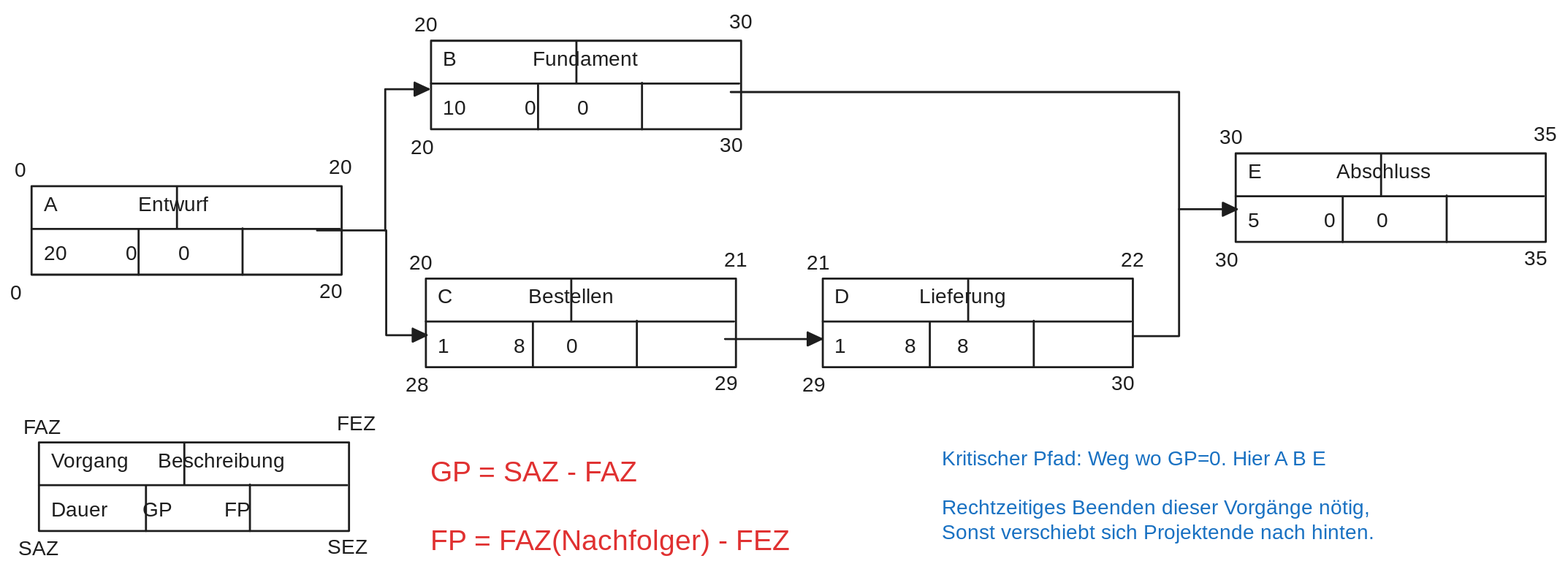
Before: src/img/Netzplan.svg, a diagram exported from Excalidraw (vincepr/ihk-pr1). Source tidied: one line per element, renumbered; positions are measured from the earlier drawing's top-left corner, leaving out a move shared by most shapes.
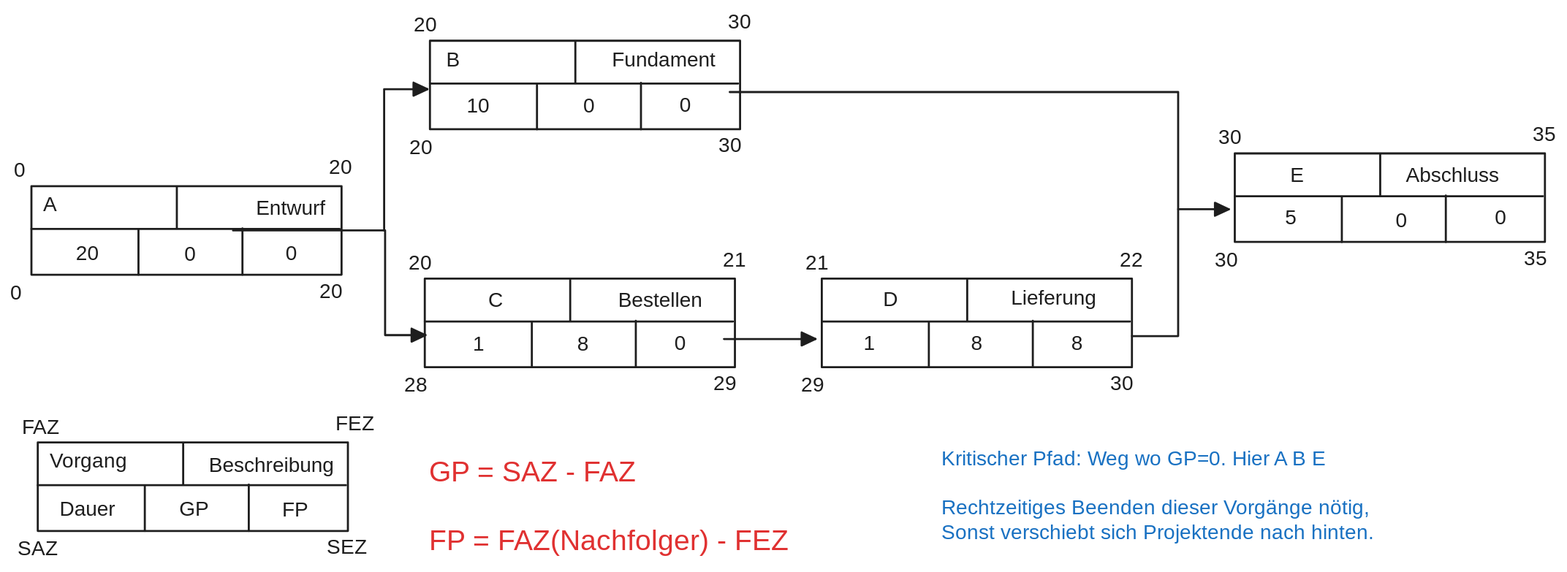
Above is the later version.

The edit, as a diff of the source:
```diff
@@ -1,5 +1,5 @@
 {"id": 0, "type": "rectangle", "strokeColor": "#1e1e1e", "strokeWidth": 2, "roughness": 0, "x": 28, "y": 423, "width": 303, "height": 87}
-{"id": 1, "type": "text", "text": "Vorgang     Beschreibung\n\nDauer      GP         FP", "strokeColor": "#1e1e1e", "strokeWidth": 2, "roughness": 0, "fontSize": 20, "fontFamily": 3, "x": 40, "y": 429, "width": 281, "height": 72}
+{"id": 1, "type": "text", "text": "Vorgang     \n\n", "strokeColor": "#1e1e1e", "strokeWidth": 2, "roughness": 0, "fontSize": 20, "fontFamily": 3, "x": 40, "y": 429, "width": 141, "height": 72}
 {"id": 2, "type": "line", "strokeColor": "#1e1e1e", "strokeWidth": 2, "roughness": 0, "x": 28, "y": 464, "width": 301, "height": 0, "points": [[0, 0], [301, 0]]}
 {"id": 3, "type": "line", "strokeColor": "#1e1e1e", "strokeWidth": 2, "roughness": 0, "x": 170, "y": 464, "width": 0, "height": 41, "points": [[0, 0], [0, -41]]}
 {"id": 4, "type": "line", "strokeColor": "#1e1e1e", "strokeWidth": 2, "roughness": 0, "x": 133, "y": 465, "width": 0, "height": 44, "points": [[0, 0], [0, 44]]}
@@ -8,18 +8,17 @@
 {"id": 7, "type": "text", "text": "FEZ", "strokeColor": "#1e1e1e", "strokeWidth": 2, "roughness": 0, "fontSize": 20, "fontFamily": 3, "x": 319, "y": 393, "width": 35, "height": 24}
 {"id": 8, "type": "text", "text": "SAZ", "strokeColor": "#1e1e1e", "strokeWidth": 2, "roughness": 0, "fontSize": 20, "fontFamily": 3, "x": 8, "y": 515, "width": 35, "height": 24}
 {"id": 9, "type": "text", "text": "SEZ", "strokeColor": "#1e1e1e", "strokeWidth": 2, "roughness": 0, "fontSize": 20, "fontFamily": 3, "x": 310, "y": 514, "width": 35, "height": 24}
-{"id": 10, "type": "rectangle", "strokeColor": "#1e1e1e", "strokeWidth": 2, "roughness": 0, "x": 21, "y": 172, "width": 303, "height": 87}
+{"id": 10, "type": "rectangle", "strokeColor": "#1e1e1e", "strokeWidth": 2, "roughness": 0, "x": 22, "y": 172, "width": 303, "height": 87}
-{"id": 11, "type": "text", "text": "A              Entwurf\n\n20          0       0", "strokeColor": "#1e1e1e", "strokeWidth": 2, "roughness": 0, "fontSize": 20, "fontFamily": 3, "x": 32, "y": 178, "width": 258, "height": 72}
+{"id": 11, "type": "text", "text": "A              \n\n", "strokeColor": "#1e1e1e", "strokeWidth": 2, "roughness": 0, "fontSize": 20, "fontFamily": 3, "x": 33, "y": 178, "width": 176, "height": 72}
-{"id": 12, "type": "line", "strokeColor": "#1e1e1e", "strokeWidth": 2, "roughness": 0, "x": 21, "y": 214, "width": 301, "height": 0, "points": [[0, 0], [301, 0]]}
+{"id": 12, "type": "line", "strokeColor": "#1e1e1e", "strokeWidth": 2, "roughness": 0, "x": 22, "y": 214, "width": 301, "height": 0, "points": [[0, 0], [301, 0]]}
-{"id": 13, "type": "line", "strokeColor": "#1e1e1e", "strokeWidth": 2, "roughness": 0, "x": 163, "y": 213, "width": 0, "height": 41, "points": [[0, 0], [0, -41]]}
+{"id": 13, "type": "line", "strokeColor": "#1e1e1e", "strokeWidth": 2, "roughness": 0, "x": 164, "y": 213, "width": 0, "height": 41, "points": [[0, 0], [0, -41]]}
-{"id": 14, "type": "line", "strokeColor": "#1e1e1e", "strokeWidth": 2, "roughness": 0, "x": 125, "y": 214, "width": 0, "height": 44, "points": [[0, 0], [0, 44]]}
+{"id": 14, "type": "line", "strokeColor": "#1e1e1e", "strokeWidth": 2, "roughness": 0, "x": 126, "y": 214, "width": 0, "height": 44, "points": [[0, 0], [0, 44]]}
-{"id": 15, "type": "line", "strokeColor": "#1e1e1e", "strokeWidth": 2, "roughness": 0, "x": 227, "y": 213, "width": 0, "height": 45, "points": [[0, 0], [0, 45]]}
+{"id": 15, "type": "line", "strokeColor": "#1e1e1e", "strokeWidth": 2, "roughness": 0, "x": 228, "y": 213, "width": 0, "height": 45, "points": [[0, 0], [0, 45]]}
-{"id": 16, "type": "text", "text": "0", "strokeColor": "#1e1e1e", "strokeWidth": 2, "roughness": 0, "fontSize": 20, "fontFamily": 3, "x": 4, "y": 145, "width": 12, "height": 24}
+{"id": 16, "type": "text", "text": "0", "strokeColor": "#1e1e1e", "strokeWidth": 2, "roughness": 0, "fontSize": 20, "fontFamily": 3, "x": 5, "y": 145, "width": 12, "height": 24}
-{"id": 17, "type": "text", "text": "20", "strokeColor": "#1e1e1e", "strokeWidth": 2, "roughness": 0, "fontSize": 20, "fontFamily": 3, "x": 311, "y": 142, "width": 23, "height": 24}
+{"id": 17, "type": "text", "text": "20", "strokeColor": "#1e1e1e", "strokeWidth": 2, "roughness": 0, "fontSize": 20, "fontFamily": 3, "x": 312, "y": 142, "width": 23, "height": 24}
-{"id": 18, "type": "text", "text": "0", "strokeColor": "#1e1e1e", "strokeWidth": 2, "roughness": 0, "fontSize": 20, "fontFamily": 3, "x": 0, "y": 265, "width": 12, "height": 24}
+{"id": 18, "type": "text", "text": "0", "strokeColor": "#1e1e1e", "strokeWidth": 2, "roughness": 0, "fontSize": 20, "fontFamily": 3, "x": 1, "y": 265, "width": 12, "height": 24}
-{"id": 19, "type": "text", "text": "20", "strokeColor": "#1e1e1e", "strokeWidth": 2, "roughness": 0, "fontSize": 20, "fontFamily": 3, "x": 302, "y": 263, "width": 23, "height": 24}
+{"id": 19, "type": "text", "text": "20", "strokeColor": "#1e1e1e", "strokeWidth": 2, "roughness": 0, "fontSize": 20, "fontFamily": 3, "x": 303, "y": 263, "width": 23, "height": 24}
 {"id": 20, "type": "rectangle", "strokeColor": "#1e1e1e", "strokeWidth": 2, "roughness": 0, "x": 411, "y": 30, "width": 303, "height": 87}
-{"id": 21, "type": "text", "text": "B             Fundament\n\n10          0       0", "strokeColor": "#1e1e1e", "strokeWidth": 2, "roughness": 0, "fontSize": 20, "fontFamily": 3, "x": 423, "y": 36, "width": 270, "height": 72}
 {"id": 22, "type": "line", "strokeColor": "#1e1e1e", "strokeWidth": 2, "roughness": 0, "x": 411, "y": 72, "width": 301, "height": 0, "points": [[0, 0], [301, 0]]}
 {"id": 23, "type": "line", "strokeColor": "#1e1e1e", "strokeWidth": 2, "roughness": 0, "x": 553, "y": 71, "width": 0, "height": 41, "points": [[0, 0], [0, -41]]}
 {"id": 24, "type": "line", "strokeColor": "#1e1e1e", "strokeWidth": 2, "roughness": 0, "x": 516, "y": 72, "width": 0, "height": 44, "points": [[0, 0], [0, 44]]}
@@ -29,7 +28,6 @@
 {"id": 28, "type": "text", "text": "20", "strokeColor": "#1e1e1e", "strokeWidth": 2, "roughness": 0, "fontSize": 20, "fontFamily": 3, "x": 391, "y": 123, "width": 23, "height": 24}
 {"id": 29, "type": "text", "text": "30", "strokeColor": "#1e1e1e", "strokeWidth": 2, "roughness": 0, "fontSize": 20, "fontFamily": 3, "x": 694, "y": 121, "width": 23, "height": 24}
 {"id": 30, "type": "rectangle", "strokeColor": "#1e1e1e", "strokeWidth": 2, "roughness": 0, "x": 794, "y": 263, "width": 303, "height": 87}
-{"id": 31, "type": "text", "text": "D            Lieferung\n\n1          8       8", "strokeColor": "#1e1e1e", "strokeWidth": 2, "roughness": 0, "fontSize": 20, "fontFamily": 3, "x": 806, "y": 269, "width": 258, "height": 72}
 {"id": 32, "type": "line", "strokeColor": "#1e1e1e", "strokeWidth": 2, "roughness": 0, "x": 794, "y": 304, "width": 301, "height": 0, "points": [[0, 0], [301, 0]]}
 {"id": 33, "type": "line", "strokeColor": "#1e1e1e", "strokeWidth": 2, "roughness": 0, "x": 936, "y": 304, "width": 0, "height": 41, "points": [[0, 0], [0, -41]]}
 {"id": 34, "type": "line", "strokeColor": "#1e1e1e", "strokeWidth": 2, "roughness": 0, "x": 899, "y": 305, "width": 0, "height": 44, "points": [[0, 0], [0, 44]]}
@@ -39,17 +37,20 @@
 {"id": 38, "type": "text", "text": "29", "strokeColor": "#1e1e1e", "strokeWidth": 2, "roughness": 0, "fontSize": 20, "fontFamily": 3, "x": 774, "y": 355, "width": 23, "height": 24}
 {"id": 39, "type": "text", "text": "30", "strokeColor": "#1e1e1e", "strokeWidth": 2, "roughness": 0, "fontSize": 20, "fontFamily": 3, "x": 1077, "y": 354, "width": 23, "height": 24}
 {"id": 40, "type": "rectangle", "strokeColor": "#1e1e1e", "strokeWidth": 2, "roughness": 0, "x": 1198, "y": 140, "width": 303, "height": 87}
-{"id": 41, "type": "text", "text": "E             Abschluss\n\n5           0       0", "strokeColor": "#1e1e1e", "strokeWidth": 2, "roughness": 0, "fontSize": 20, "fontFamily": 3, "x": 1210, "y": 146, "width": 270, "height": 72}
 {"id": 42, "type": "line", "strokeColor": "#1e1e1e", "strokeWidth": 2, "roughness": 0, "x": 1198, "y": 182, "width": 301, "height": 0, "points": [[0, 0], [301, 0]]}
 {"id": 43, "type": "line", "strokeColor": "#1e1e1e", "strokeWidth": 2, "roughness": 0, "x": 1340, "y": 181, "width": 0, "height": 41, "points": [[0, 0], [0, -41]]}
 {"id": 44, "type": "line", "strokeColor": "#1e1e1e", "strokeWidth": 2, "roughness": 0, "x": 1303, "y": 182, "width": 0, "height": 44, "points": [[0, 0], [0, 44]]}
 {"id": 45, "type": "line", "strokeColor": "#1e1e1e", "strokeWidth": 2, "roughness": 0, "x": 1404, "y": 181, "width": 0, "height": 45, "points": [[0, 0], [0, 45]]}
+{"id": 67, "type": "text", "text": "E", "strokeColor": "#1e1e1e", "backgroundColor": "#1e1e1e", "fillStyle": "solid", "strokeWidth": 1, "strokeStyle": "dashed", "roughness": 0, "fontSize": 20, "fontFamily": 2, "x": 1252, "y": 150, "width": 13, "height": 23}
+{"id": 68, "type": "text", "text": "5", "strokeColor": "#1e1e1e", "backgroundColor": "#1e1e1e", "fillStyle": "solid", "strokeWidth": 1, "strokeStyle": "dashed", "roughness": 0, "fontSize": 20, "fontFamily": 2, "x": 1247, "y": 191, "width": 11, "height": 23}
+{"id": 69, "type": "text", "text": "0", "strokeColor": "#1e1e1e", "backgroundColor": "#1e1e1e", "fillStyle": "solid", "strokeWidth": 1, "strokeStyle": "dashed", "roughness": 0, "fontSize": 20, "fontFamily": 2, "x": 1355, "y": 194, "width": 11, "height": 23}
+{"id": 70, "type": "text", "text": "0", "strokeColor": "#1e1e1e", "backgroundColor": "#1e1e1e", "fillStyle": "solid", "strokeWidth": 1, "strokeStyle": "dashed", "roughness": 0, "fontSize": 20, "fontFamily": 2, "x": 1452, "y": 191, "width": 11, "height": 23}
+{"id": 71, "type": "text", "text": "Abschluss", "strokeColor": "#1e1e1e", "backgroundColor": "#1e1e1e", "fillStyle": "solid", "strokeWidth": 1, "strokeStyle": "dashed", "roughness": 0, "fontSize": 20, "fontFamily": 2, "x": 1365, "y": 150, "width": 91, "height": 23}
 {"id": 46, "type": "text", "text": "30", "strokeColor": "#1e1e1e", "strokeWidth": 2, "roughness": 0, "fontSize": 20, "fontFamily": 3, "x": 1182, "y": 113, "width": 23, "height": 24}
 {"id": 47, "type": "text", "text": "35", "strokeColor": "#1e1e1e", "strokeWidth": 2, "roughness": 0, "fontSize": 20, "fontFamily": 3, "x": 1489, "y": 110, "width": 23, "height": 24}
 {"id": 48, "type": "text", "text": "30", "strokeColor": "#1e1e1e", "strokeWidth": 2, "roughness": 0, "fontSize": 20, "fontFamily": 3, "x": 1178, "y": 233, "width": 23, "height": 24}
 {"id": 49, "type": "text", "text": "35", "strokeColor": "#1e1e1e", "strokeWidth": 2, "roughness": 0, "fontSize": 20, "fontFamily": 3, "x": 1480, "y": 231, "width": 23, "height": 24}
 {"id": 50, "type": "rectangle", "strokeColor": "#1e1e1e", "strokeWidth": 2, "roughness": 0, "x": 406, "y": 263, "width": 303, "height": 87}
-{"id": 51, "type": "text", "text": "C             Bestellen\n\n1           8       0", "strokeColor": "#1e1e1e", "strokeWidth": 2, "roughness": 0, "fontSize": 20, "fontFamily": 3, "x": 418, "y": 269, "width": 270, "height": 72}
 {"id": 52, "type": "line", "strokeColor": "#1e1e1e", "strokeWidth": 2, "roughness": 0, "x": 406, "y": 304, "width": 301, "height": 0, "points": [[0, 0], [301, 0]]}
 {"id": 53, "type": "line", "strokeColor": "#1e1e1e", "strokeWidth": 2, "roughness": 0, "x": 548, "y": 304, "width": 0, "height": 41, "points": [[0, 0], [0, -41]]}
 {"id": 54, "type": "line", "strokeColor": "#1e1e1e", "strokeWidth": 2, "roughness": 0, "x": 511, "y": 305, "width": 0, "height": 44, "points": [[0, 0], [0, 44]]}
@@ -58,10 +59,33 @@
 {"id": 57, "type": "text", "text": "21", "strokeColor": "#1e1e1e", "strokeWidth": 2, "roughness": 0, "fontSize": 20, "fontFamily": 3, "x": 698, "y": 233, "width": 23, "height": 24}
 {"id": 58, "type": "text", "text": "28", "strokeColor": "#1e1e1e", "strokeWidth": 2, "roughness": 0, "fontSize": 20, "fontFamily": 3, "x": 386, "y": 355, "width": 23, "height": 24}
 {"id": 59, "type": "text", "text": "29", "strokeColor": "#1e1e1e", "strokeWidth": 2, "roughness": 0, "fontSize": 20, "fontFamily": 3, "x": 688, "y": 354, "width": 23, "height": 24}
-{"id": 60, "type": "arrow", "strokeColor": "#1e1e1e", "strokeWidth": 2, "roughness": 0, "endArrowhead": "triangle", "from": 11, "to": 51, "x": 300, "y": 215, "width": 107, "height": 102, "points": [[0, 0], [68, 0], [68, 102], [107, 102]]}
+{"id": 60, "type": "arrow", "strokeColor": "#1e1e1e", "strokeWidth": 2, "roughness": 0, "endArrowhead": "triangle", "from": 11, "x": 219, "y": 215, "width": 188, "height": 102, "points": [[0, 0], [149, 0], [149, 102], [188, 102]]}
-{"id": 61, "type": "arrow", "strokeColor": "#1e1e1e", "strokeWidth": 2, "roughness": 0, "endArrowhead": "triangle", "to": 21, "x": 366, "y": 215, "width": 42, "height": 138, "points": [[0, 0], [0, -138], [42, -138]]}
+{"id": 61, "type": "arrow", "strokeColor": "#1e1e1e", "strokeWidth": 2, "roughness": 0, "endArrowhead": "triangle", "x": 366, "y": 215, "width": 42, "height": 138, "points": [[0, 0], [0, -138], [42, -138]]}
-{"id": 62, "type": "arrow", "strokeColor": "#1e1e1e", "strokeWidth": 2, "roughness": 0, "endArrowhead": "triangle", "from": 21, "to": 41, "x": 704, "y": 80, "width": 495, "height": 115, "points": [[0, 0], [438, 0], [438, 115], [495, 115]]}
+{"id": 62, "type": "arrow", "strokeColor": "#1e1e1e", "strokeWidth": 2, "roughness": 0, "endArrowhead": "triangle", "to": 40, "x": 704, "y": 80, "width": 488, "height": 115, "points": [[0, 0], [438, 0], [438, 115], [488, 115]]}
-{"id": 63, "type": "arrow", "strokeColor": "#1e1e1e", "strokeWidth": 2, "roughness": 0, "endArrowhead": "triangle", "from": 51, "to": 31, "x": 699, "y": 321, "width": 94, "height": 0, "points": [[0, 0], [94, 0]]}
+{"id": 63, "type": "arrow", "strokeColor": "#1e1e1e", "strokeWidth": 2, "roughness": 0, "endArrowhead": "triangle", "to": 30, "x": 699, "y": 321, "width": 89, "height": 0, "points": [[0, 0], [89, 0]]}
 {"id": 64, "type": "line", "strokeColor": "#1e1e1e", "strokeWidth": 2, "roughness": 0, "x": 1143, "y": 195, "width": 45, "height": 124, "points": [[0, 0], [0, 124], [-45, 124]]}
 {"id": 65, "type": "text", "text": "GP = SAZ - FAZ\n\nFP = FAZ(Nachfolger) - FEZ", "strokeColor": "#e03131", "strokeWidth": 2, "roughness": 0, "fontSize": 28, "fontFamily": 3, "x": 410, "y": 436, "width": 427, "height": 101}
 {"id": 66, "type": "text", "text": "Kritischer Pfad: Weg wo GP=0. Hier A B E\n\nRechtzeitiges Beenden dieser Vorgänge nötig,\nSonst verschiebt sich Projektende nach hinten.", "strokeColor": "#1971c2", "strokeWidth": 2, "roughness": 0, "fontSize": 20, "fontFamily": 3, "x": 911, "y": 427, "width": 539, "height": 96}
+{"id": 72, "type": "text", "text": "0", "strokeColor": "#1e1e1e", "backgroundColor": "#1e1e1e", "fillStyle": "solid", "strokeWidth": 1, "strokeStyle": "dashed", "roughness": 0, "fontSize": 20, "fontFamily": 2, "x": 171, "y": 227, "width": 11, "height": 23}
+{"id": 73, "type": "text", "text": "0", "strokeColor": "#1e1e1e", "backgroundColor": "#1e1e1e", "fillStyle": "solid", "strokeWidth": 1, "strokeStyle": "dashed", "roughness": 0, "fontSize": 20, "fontFamily": 2, "x": 270, "y": 226, "width": 11, "height": 23}
+{"id": 74, "type": "text", "text": "Entwurf", "strokeColor": "#1e1e1e", "backgroundColor": "#1e1e1e", "fillStyle": "solid", "strokeWidth": 1, "strokeStyle": "dashed", "roughness": 0, "fontSize": 20, "fontFamily": 2, "x": 241, "y": 182, "width": 68, "height": 23}
+{"id": 75, "type": "text", "text": "Beschreibung", "strokeColor": "#1e1e1e", "backgroundColor": "#1e1e1e", "fillStyle": "solid", "strokeWidth": 1, "strokeStyle": "dashed", "roughness": 0, "fontSize": 20, "fontFamily": 2, "x": 195, "y": 433, "width": 122, "height": 23}
+{"id": 76, "type": "text", "text": "GP", "strokeColor": "#1e1e1e", "backgroundColor": "#1e1e1e", "fillStyle": "solid", "strokeWidth": 1, "strokeStyle": "dashed", "roughness": 0, "fontSize": 20, "fontFamily": 2, "x": 166, "y": 476, "width": 29, "height": 23}
+{"id": 77, "type": "text", "text": " FP", "strokeColor": "#1e1e1e", "backgroundColor": "#1e1e1e", "fillStyle": "solid", "strokeWidth": 1, "strokeStyle": "dashed", "roughness": 0, "fontSize": 20, "fontFamily": 2, "x": 261, "y": 477, "width": 31, "height": 23}
+{"id": 78, "type": "text", "text": "Dauer", "strokeColor": "#1e1e1e", "backgroundColor": "#1e1e1e", "fillStyle": "solid", "strokeWidth": 1, "strokeStyle": "dashed", "roughness": 0, "fontSize": 20, "fontFamily": 2, "x": 49, "y": 476, "width": 54, "height": 23}
+{"id": 79, "type": "text", "text": "20", "strokeColor": "#1e1e1e", "backgroundColor": "#1e1e1e", "fillStyle": "solid", "strokeWidth": 1, "strokeStyle": "dashed", "roughness": 0, "fontSize": 20, "fontFamily": 2, "x": 65, "y": 226, "width": 22, "height": 23}
+{"id": 80, "type": "text", "text": "B", "strokeColor": "#1e1e1e", "backgroundColor": "#1e1e1e", "fillStyle": "solid", "strokeWidth": 1, "strokeStyle": "dashed", "roughness": 0, "fontSize": 20, "fontFamily": 2, "x": 427, "y": 37, "width": 13, "height": 23}
+{"id": 81, "type": "text", "text": "10", "strokeColor": "#1e1e1e", "backgroundColor": "#1e1e1e", "fillStyle": "solid", "strokeWidth": 1, "strokeStyle": "dashed", "roughness": 0, "fontSize": 20, "fontFamily": 2, "x": 447, "y": 82, "width": 22, "height": 23}
+{"id": 82, "type": "text", "text": "0", "strokeColor": "#1e1e1e", "backgroundColor": "#1e1e1e", "fillStyle": "solid", "strokeWidth": 1, "strokeStyle": "dashed", "roughness": 0, "fontSize": 20, "fontFamily": 2, "x": 561, "y": 82, "width": 11, "height": 23}
+{"id": 83, "type": "text", "text": "0", "strokeColor": "#1e1e1e", "backgroundColor": "#1e1e1e", "fillStyle": "solid", "strokeWidth": 1, "strokeStyle": "dashed", "roughness": 0, "fontSize": 20, "fontFamily": 2, "x": 655, "y": 81, "width": 11, "height": 23}
+{"id": 84, "type": "text", "text": "Fundament", "strokeColor": "#1e1e1e", "backgroundColor": "#1e1e1e", "fillStyle": "solid", "strokeWidth": 1, "strokeStyle": "dashed", "roughness": 0, "fontSize": 20, "fontFamily": 2, "x": 589, "y": 37, "width": 101, "height": 23}
+{"id": 85, "type": "text", "text": "D", "strokeColor": "#1e1e1e", "backgroundColor": "#1e1e1e", "fillStyle": "solid", "strokeWidth": 1, "strokeStyle": "dashed", "roughness": 0, "fontSize": 20, "fontFamily": 2, "x": 854, "y": 271, "width": 14, "height": 23}
+{"id": 86, "type": "text", "text": "Lieferung", "strokeColor": "#1e1e1e", "backgroundColor": "#1e1e1e", "fillStyle": "solid", "strokeWidth": 1, "strokeStyle": "dashed", "roughness": 0, "fontSize": 20, "fontFamily": 2, "x": 979, "y": 270, "width": 83, "height": 23}
+{"id": 87, "type": "text", "text": "1", "strokeColor": "#1e1e1e", "backgroundColor": "#1e1e1e", "fillStyle": "solid", "strokeWidth": 1, "strokeStyle": "dashed", "roughness": 0, "fontSize": 20, "fontFamily": 2, "x": 835, "y": 314, "width": 11, "height": 23}
+{"id": 88, "type": "text", "text": "8", "strokeColor": "#1e1e1e", "backgroundColor": "#1e1e1e", "fillStyle": "solid", "strokeWidth": 1, "strokeStyle": "dashed", "roughness": 0, "fontSize": 20, "fontFamily": 2, "x": 940, "y": 314, "width": 11, "height": 23}
+{"id": 89, "type": "text", "text": "8", "strokeColor": "#1e1e1e", "backgroundColor": "#1e1e1e", "fillStyle": "solid", "strokeWidth": 1, "strokeStyle": "dashed", "roughness": 0, "fontSize": 20, "fontFamily": 2, "x": 1038, "y": 314, "width": 11, "height": 23}
+{"id": 90, "type": "text", "text": "C", "strokeColor": "#1e1e1e", "backgroundColor": "#1e1e1e", "fillStyle": "solid", "strokeWidth": 1, "strokeStyle": "dashed", "roughness": 0, "fontSize": 20, "fontFamily": 2, "x": 468, "y": 272, "width": 14, "height": 23}
+{"id": 91, "type": "text", "text": "Bestellen", "strokeColor": "#1e1e1e", "backgroundColor": "#1e1e1e", "fillStyle": "solid", "strokeWidth": 1, "strokeStyle": "dashed", "roughness": 0, "fontSize": 20, "fontFamily": 2, "x": 595, "y": 272, "width": 82, "height": 23}
+{"id": 92, "type": "text", "text": "1", "strokeColor": "#1e1e1e", "backgroundColor": "#1e1e1e", "fillStyle": "solid", "strokeWidth": 1, "strokeStyle": "dashed", "roughness": 0, "fontSize": 20, "fontFamily": 2, "x": 453, "y": 315, "width": 11, "height": 23}
+{"id": 93, "type": "text", "text": "8", "strokeColor": "#1e1e1e", "backgroundColor": "#1e1e1e", "fillStyle": "solid", "strokeWidth": 1, "strokeStyle": "dashed", "roughness": 0, "fontSize": 20, "fontFamily": 2, "x": 555, "y": 315, "width": 11, "height": 23}
+{"id": 94, "type": "text", "text": "0", "strokeColor": "#1e1e1e", "backgroundColor": "#1e1e1e", "fillStyle": "solid", "strokeWidth": 1, "strokeStyle": "dashed", "roughness": 0, "fontSize": 20, "fontFamily": 2, "x": 650, "y": 314, "width": 11, "height": 23}
```
